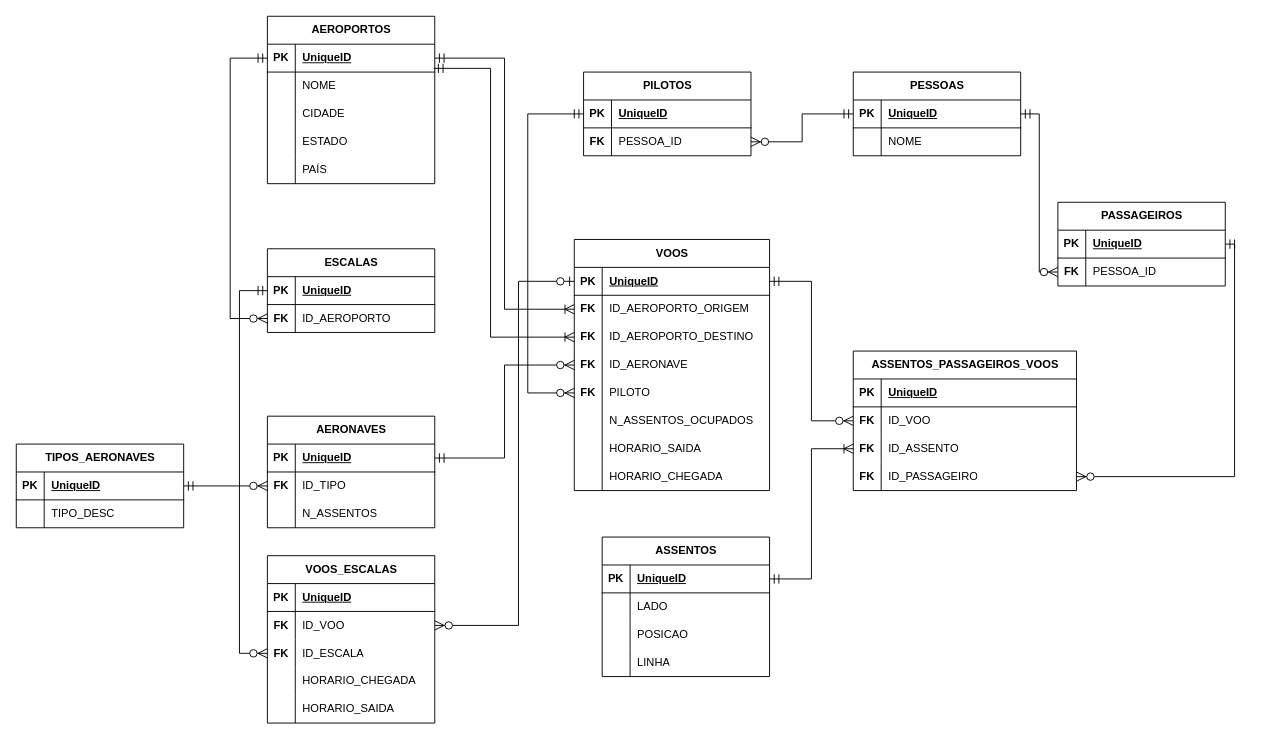
The draw.io diagram Exercícios/Transporte Aéreo/DER_TRANSPORTE_AEREO.drawio in maats01/BD_1, before the edit. Source tidied: cells renumbered, new cells numbered last; positions are measured from the earlier drawing's top-left corner, leaving out a move shared by most shapes. Both pictures are drawn from the tidied source at 93%, with x=0, y=0 at pixel (16, 16).
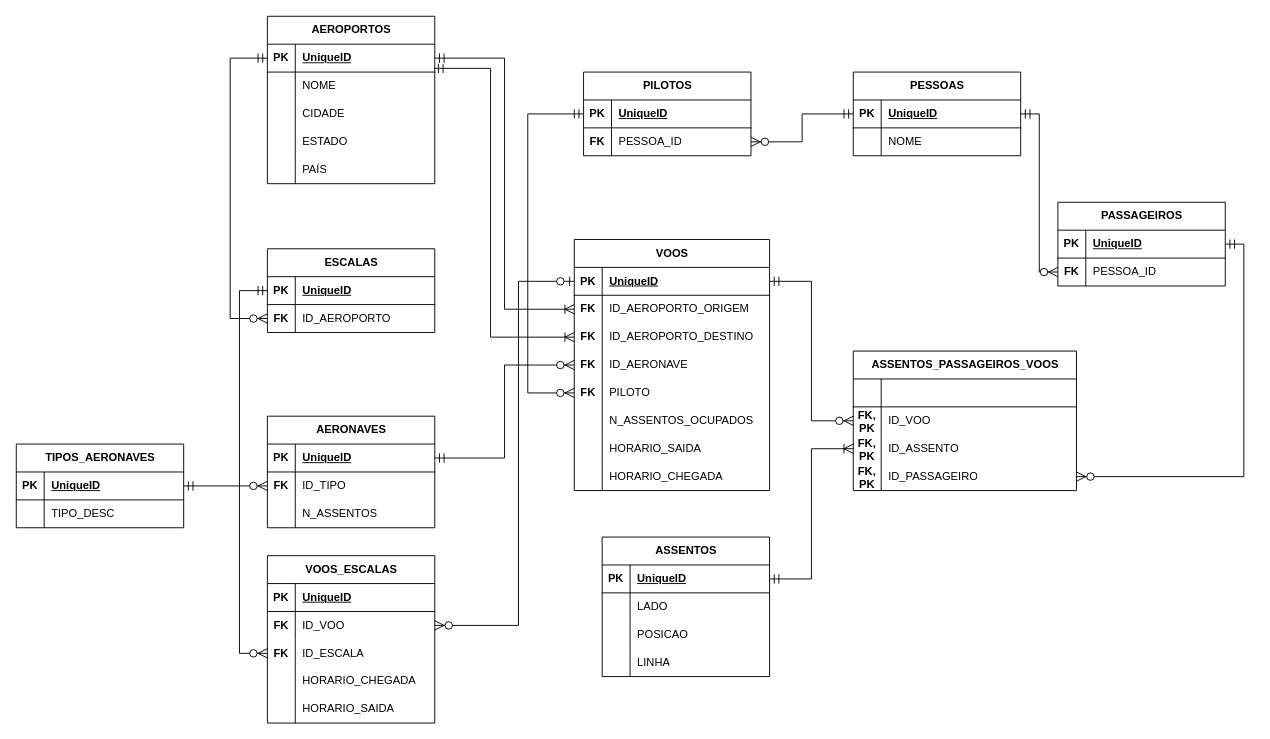
The same page after the edit.

Unchanged cells that the change refers to:
```xml
<mxCell id="43" style="shape=tableRow;horizontal=0;startSize=0;swimlaneHead=0;swimlaneBody=0;fillColor=none;points=[[0,0.5],[1,0.5]];portConstraint=eastwest;top=0;left=0;right=0;bottom=1;" parent="42" vertex="1">
  <mxGeometry y="30" width="210" height="30" as="geometry" />
</mxCell>
<mxCell id="97" style="shape=tableRow;horizontal=0;startSize=0;swimlaneHead=0;swimlaneBody=0;fillColor=none;points=[[0,0.5],[1,0.5]];portConstraint=eastwest;top=0;left=0;right=0;bottom=1;" parent="96" vertex="1">
  <mxGeometry y="30" width="180" height="30" as="geometry" />
</mxCell>
<mxCell id="107" style="shape=tableRow;horizontal=0;startSize=0;swimlaneHead=0;swimlaneBody=0;fillColor=none;top=0;left=0;right=0;bottom=1;" parent="106" vertex="1">
  <mxGeometry y="30" width="240" height="30" as="geometry" />
</mxCell>
<mxCell id="110" style="shape=tableRow;horizontal=0;startSize=0;swimlaneHead=0;swimlaneBody=0;fillColor=none;points=[[0,0.5],[1,0.5]];portConstraint=eastwest;top=0;left=0;right=0;bottom=0;" parent="106" vertex="1">
  <mxGeometry y="60" width="240" height="30" as="geometry" />
</mxCell>
<mxCell id="113" style="shape=tableRow;horizontal=0;startSize=0;swimlaneHead=0;swimlaneBody=0;fillColor=none;points=[[0,0.5],[1,0.5]];portConstraint=eastwest;top=0;left=0;right=0;bottom=0;" parent="106" vertex="1">
  <mxGeometry y="90" width="240" height="30" as="geometry" />
</mxCell>
<mxCell id="116" style="shape=tableRow;horizontal=0;startSize=0;swimlaneHead=0;swimlaneBody=0;fillColor=none;points=[[0,0.5],[1,0.5]];portConstraint=eastwest;top=0;left=0;right=0;bottom=0;" parent="106" vertex="1">
  <mxGeometry y="120" width="240" height="30" as="geometry" />
</mxCell>
```

Diff of the diagram source:
```diff
@@
-    <mxCell id="108" value="PK" style="shape=partialRectangle;fillColor=none;top=0;left=0;bottom=0;right=0;fontStyle=1;overflow=hidden;whiteSpace=wrap;html=1;" parent="107" vertex="1">
+    <mxCell id="108" style="shape=partialRectangle;fillColor=none;top=0;left=0;bottom=0;right=0;fontStyle=1;overflow=hidden;whiteSpace=wrap;html=1;" parent="107" vertex="1">
       <mxGeometry width="30" height="30" as="geometry" />
     </mxCell>
-    <mxCell id="109" value="UniqueID" style="shape=partialRectangle;fillColor=none;top=0;left=0;bottom=0;right=0;align=left;spacingLeft=6;fontStyle=5;overflow=hidden;whiteSpace=wrap;html=1;" parent="107" vertex="1">
+    <mxCell id="109" value="&lt;div&gt;&lt;br&gt;&lt;/div&gt;" style="shape=partialRectangle;fillColor=none;top=0;left=0;bottom=0;right=0;align=left;spacingLeft=6;fontStyle=5;overflow=hidden;whiteSpace=wrap;html=1;" parent="107" vertex="1">
       <mxGeometry x="30" width="210" height="30" as="geometry" />
     </mxCell>
@@
-    <mxCell id="111" value="FK" style="shape=partialRectangle;fillColor=none;top=0;left=0;bottom=0;right=0;overflow=hidden;whiteSpace=wrap;html=1;fontStyle=1;" parent="110" vertex="1">
+    <mxCell id="111" value="FK, PK" style="shape=partialRectangle;fillColor=none;top=0;left=0;bottom=0;right=0;overflow=hidden;whiteSpace=wrap;html=1;fontStyle=1;" parent="110" vertex="1">
       <mxGeometry width="30" height="30" as="geometry" />
     </mxCell>
@@
-    <mxCell id="114" value="&lt;b&gt;FK&lt;/b&gt;" style="shape=partialRectangle;fillColor=none;top=0;left=0;bottom=0;right=0;overflow=hidden;whiteSpace=wrap;html=1;" parent="113" vertex="1">
+    <mxCell id="114" value="&lt;b&gt;FK, PK&lt;/b&gt;" style="shape=partialRectangle;fillColor=none;top=0;left=0;bottom=0;right=0;overflow=hidden;whiteSpace=wrap;html=1;" parent="113" vertex="1">
       <mxGeometry width="30" height="30" as="geometry" />
     </mxCell>
@@
-    <mxCell id="117" value="FK" style="shape=partialRectangle;fillColor=none;top=0;left=0;bottom=0;right=0;overflow=hidden;whiteSpace=wrap;html=1;fontStyle=1;" parent="116" vertex="1">
+    <mxCell id="117" value="FK, PK" style="shape=partialRectangle;fillColor=none;top=0;left=0;bottom=0;right=0;overflow=hidden;whiteSpace=wrap;html=1;fontStyle=1;" parent="116" vertex="1">
       <mxGeometry width="30" height="30" as="geometry" />
     </mxCell>
@@
     <mxCell id="120" style="edgeStyle=orthogonalEdgeStyle;fontSize=12;html=1;endArrow=ERzeroToMany;startArrow=ERmandOne;rounded=0;startSize=8;endSize=8;exitX=1;exitY=0.5;exitDx=0;exitDy=0;entryX=0;entryY=0.5;entryDx=0;entryDy=0;" parent="1" edge="1" source="43" target="110">
-      <mxGeometry relative="1" as="geometry" />
+      <mxGeometry relative="1" as="geometry">
+        <Array as="points">
+          <mxPoint x="855" y="285" />
+          <mxPoint x="855" y="435" />
+        </Array>
+      </mxGeometry>
     </mxCell>
     <mxCell id="121" style="edgeStyle=orthogonalEdgeStyle;fontSize=12;html=1;endArrow=ERzeroToMany;startArrow=ERmandOne;rounded=0;startSize=8;endSize=8;exitX=1;exitY=0.5;exitDx=0;exitDy=0;entryX=1;entryY=0.5;entryDx=0;entryDy=0;" parent="1" edge="1" source="97" target="116">
-      <mxGeometry relative="1" as="geometry" />
+      <mxGeometry relative="1" as="geometry">
+        <Array as="points">
+          <mxPoint x="1320" y="245" />
+          <mxPoint x="1320" y="495" />
+        </Array>
+      </mxGeometry>
     </mxCell>
```
